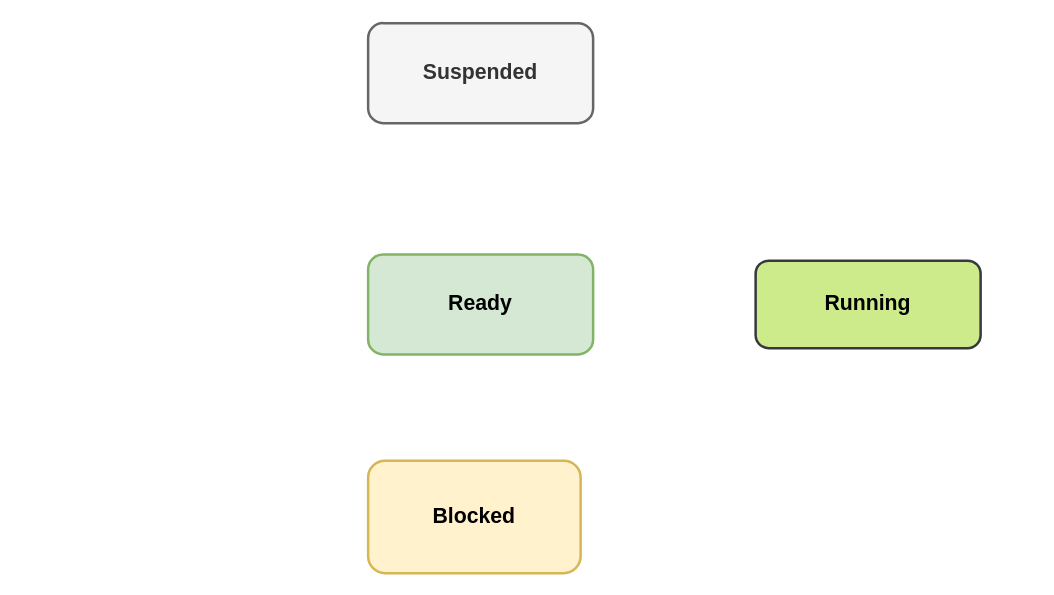
over-infinity/-Tutorials keeps this draw.io diagram as FreeRTOS/diagrams/FreeRTOS-TaskLifeCycle.drawio. Above is the earlier version. Source tidied: cells renumbered, new cells numbered last; positions are measured from the earlier drawing's top-left corner, leaving out a move shared by most shapes. Both pictures are drawn from the tidied source at 125%, with x=0, y=0 at pixel (368, 22).
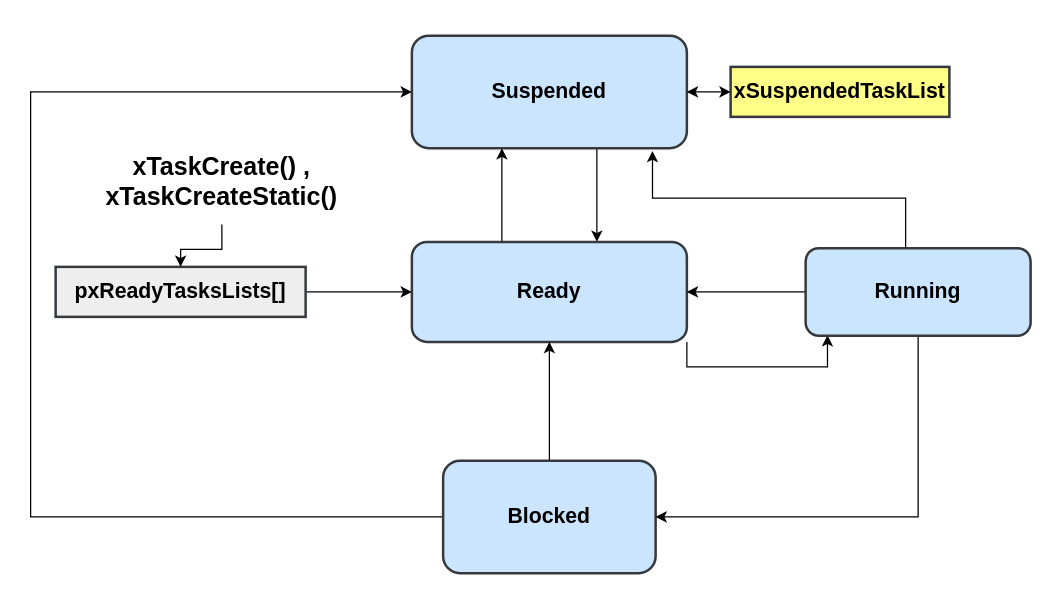
The same page after the edit.

Diff of the diagram source:
```diff
@@
+    <mxCell id="6" style="edgeStyle=orthogonalEdgeStyle;rounded=0;orthogonalLoop=1;jettySize=auto;html=1;exitX=0.75;exitY=1;exitDx=0;exitDy=0;entryX=0.75;entryY=0;entryDx=0;entryDy=0;fontSize=20;" parent="1" edge="1">
+      <mxGeometry relative="1" as="geometry">
+        <mxPoint x="183" y="100" as="sourcePoint" />
+        <mxPoint x="183" y="175" as="targetPoint" />
+      </mxGeometry>
+    </mxCell>
-    <mxCell id="2" value="Suspended" style="rounded=1;whiteSpace=wrap;html=1;fillColor=#f5f5f5;fontColor=#333333;strokeColor=#666666;strokeWidth=2;fontStyle=1;fontSize=17;" parent="1" vertex="1">
-      <mxGeometry width="180" height="80" as="geometry" />
+    <mxCell id="2" value="Suspended" style="rounded=1;whiteSpace=wrap;html=1;fillColor=#cce5ff;strokeColor=#36393d;strokeWidth=2;fontStyle=1;fontSize=17;labelPosition=center;verticalLabelPosition=middle;align=center;verticalAlign=middle;textDirection=ltr;" parent="1" vertex="1">
+      <mxGeometry x="35" y="10" width="220" height="90" as="geometry" />
     </mxCell>
+    <mxCell id="7" style="edgeStyle=orthogonalEdgeStyle;rounded=0;orthogonalLoop=1;jettySize=auto;html=1;exitX=0.25;exitY=0;exitDx=0;exitDy=0;entryX=0.25;entryY=1;entryDx=0;entryDy=0;fontSize=20;" parent="1" edge="1">
+      <mxGeometry relative="1" as="geometry">
+        <mxPoint x="107" y="175" as="sourcePoint" />
+        <mxPoint x="107" y="100" as="targetPoint" />
+      </mxGeometry>
+    </mxCell>
+    <mxCell id="8" style="edgeStyle=orthogonalEdgeStyle;rounded=0;jettySize=auto;html=1;exitX=1;exitY=1;exitDx=0;exitDy=0;entryX=0.097;entryY=0.995;entryDx=0;entryDy=0;entryPerimeter=0;fontSize=20;" parent="1" edge="1" source="3" target="5">
+      <mxGeometry relative="1" as="geometry" />
+    </mxCell>
-    <mxCell id="3" value="Ready" style="rounded=1;whiteSpace=wrap;html=1;fillColor=#d5e8d4;strokeColor=#82b366;strokeWidth=2;fontStyle=1;fontSize=17;" parent="1" vertex="1">
-      <mxGeometry y="185" width="180" height="80" as="geometry" />
+    <mxCell id="3" value="Ready" style="rounded=1;whiteSpace=wrap;html=1;fillColor=#cce5ff;strokeColor=#36393d;strokeWidth=2;fontStyle=1;fontSize=17;" parent="1" vertex="1">
+      <mxGeometry x="35" y="175" width="220" height="80" as="geometry" />
     </mxCell>
+    <mxCell id="9" style="edgeStyle=orthogonalEdgeStyle;rounded=0;jettySize=auto;html=1;exitX=0.5;exitY=0;exitDx=0;exitDy=0;fontSize=20;" parent="1" edge="1" source="4" target="3">
+      <mxGeometry relative="1" as="geometry" />
+    </mxCell>
+    <mxCell id="10" style="edgeStyle=orthogonalEdgeStyle;rounded=0;jettySize=auto;html=1;fontSize=20;entryX=0;entryY=0.5;entryDx=0;entryDy=0;" parent="1" edge="1" source="4" target="2">
+      <mxGeometry relative="1" as="geometry">
+        <Array as="points">
+          <mxPoint x="-270" y="395" />
+          <mxPoint x="-270" y="55" />
+        </Array>
+      </mxGeometry>
+    </mxCell>
-    <mxCell id="4" value="Blocked" style="rounded=1;whiteSpace=wrap;html=1;fillColor=#fff2cc;strokeColor=#d6b656;strokeWidth=2;fontStyle=1;fontSize=17;" parent="1" vertex="1">
-      <mxGeometry y="350" width="170" height="90" as="geometry" />
+    <mxCell id="4" value="Blocked" style="rounded=1;whiteSpace=wrap;html=1;fillColor=#cce5ff;strokeColor=#36393d;strokeWidth=2;fontStyle=1;fontSize=17;" parent="1" vertex="1">
+      <mxGeometry x="60" y="350" width="170" height="90" as="geometry" />
     </mxCell>
+    <mxCell id="11" style="edgeStyle=orthogonalEdgeStyle;rounded=0;jettySize=auto;html=1;fontSize=20;" parent="1" edge="1" source="5" target="3">
+      <mxGeometry relative="1" as="geometry" />
+    </mxCell>
+    <mxCell id="12" style="edgeStyle=orthogonalEdgeStyle;rounded=0;jettySize=auto;html=1;entryX=0.875;entryY=1.026;entryDx=0;entryDy=0;fontSize=20;exitX=0.25;exitY=0;exitDx=0;exitDy=0;entryPerimeter=0;" parent="1" edge="1" source="5" target="2">
+      <mxGeometry relative="1" as="geometry">
+        <Array as="points">
+          <mxPoint x="430" y="180" />
+          <mxPoint x="430" y="140" />
+          <mxPoint x="227" y="140" />
+        </Array>
+      </mxGeometry>
+    </mxCell>
+    <mxCell id="13" style="edgeStyle=orthogonalEdgeStyle;rounded=0;jettySize=auto;html=1;entryX=1;entryY=0.5;entryDx=0;entryDy=0;fontSize=20;exitX=0.5;exitY=1;exitDx=0;exitDy=0;" parent="1" edge="1" source="5" target="4">
+      <mxGeometry relative="1" as="geometry" />
+    </mxCell>
-    <mxCell id="5" value="Running " style="rounded=1;whiteSpace=wrap;html=1;fillColor=#cdeb8b;strokeColor=#36393d;strokeWidth=2;fontStyle=1;fontSize=17;" parent="1" vertex="1">
-      <mxGeometry x="310" y="190" width="180" height="70" as="geometry" />
+    <mxCell id="5" value="Running " style="rounded=1;whiteSpace=wrap;html=1;fillColor=#cce5ff;strokeColor=#36393d;strokeWidth=2;fontStyle=1;fontSize=17;" parent="1" vertex="1">
+      <mxGeometry x="350" y="180" width="180" height="70" as="geometry" />
     </mxCell>
+    <mxCell id="14" value="xSuspendedTaskList" style="rounded=0;whiteSpace=wrap;html=1;fontSize=17;strokeWidth=2;fillColor=#ffff88;strokeColor=#36393d;fontStyle=1;" parent="1" vertex="1">
+      <mxGeometry x="290" y="35" width="175" height="40" as="geometry" />
+    </mxCell>
+    <mxCell id="15" style="endArrow=classic;startArrow=classic;html=1;rounded=0;fontSize=17;entryX=0;entryY=0.5;entryDx=0;entryDy=0;exitX=1;exitY=0.5;exitDx=0;exitDy=0;" parent="1" edge="1" source="2" target="14">
+      <mxGeometry relative="1" as="geometry" />
+    </mxCell>
+    <mxCell id="16" style="edgeStyle=orthogonalEdgeStyle;rounded=0;jettySize=auto;html=1;fontSize=17;" parent="1" edge="1" source="17" target="3">
+      <mxGeometry relative="1" as="geometry" />
+    </mxCell>
+    <mxCell id="17" value="pxReadyTasksLists[]" style="rounded=0;whiteSpace=wrap;html=1;fontSize=17;strokeWidth=2;fillColor=#eeeeee;strokeColor=#36393d;fontStyle=1;" parent="1" vertex="1">
+      <mxGeometry x="-250" y="195" width="200" height="40" as="geometry" />
+    </mxCell>
+    <mxCell id="18" style="edgeStyle=orthogonalEdgeStyle;rounded=0;jettySize=auto;html=1;fontSize=17;" parent="1" edge="1" source="19" target="17">
+      <mxGeometry relative="1" as="geometry" />
+    </mxCell>
+    <mxCell id="19" value="xTaskCreate() , xTaskCreateStatic()" style="text;html=1;strokeColor=none;fillColor=none;align=center;verticalAlign=middle;whiteSpace=wrap;rounded=0;fontSize=20;fontStyle=1;" parent="1" vertex="1">
+      <mxGeometry x="-172" y="91" width="110" height="70" as="geometry" />
+    </mxCell>
```
